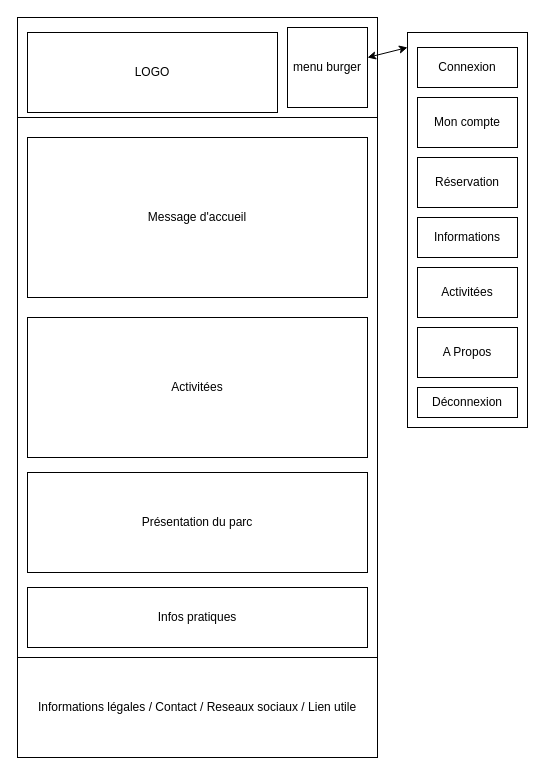
Earlier version of the draw.io diagram page "Home page" (1 of 9) of doc/wireframe_mobile.drawio (SeguierJonathan/ZombieLand). Source tidied: cells renumbered, new cells numbered last; positions are measured from the earlier drawing's top-left corner, leaving out a move shared by most shapes. Both pictures are drawn from the tidied source at 100%, with x=0, y=0 at pixel (17, 17).
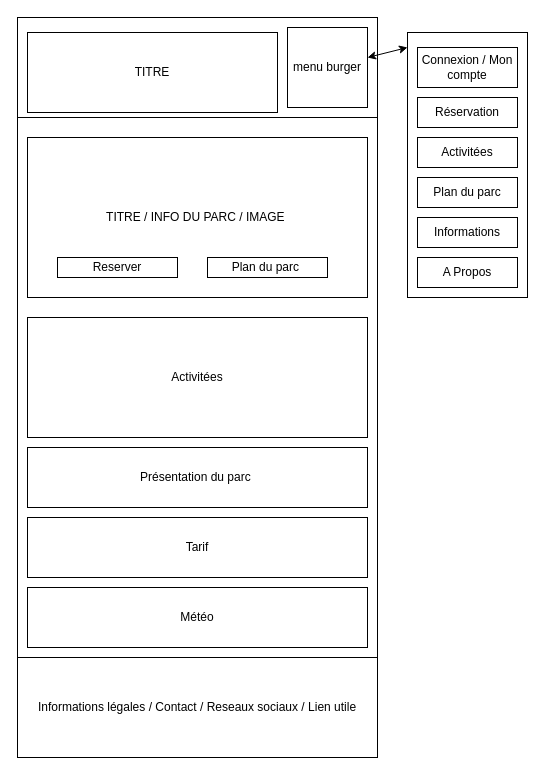
The same page after the edit.

What changed in the source:
```diff
@@
-    <mxCell id="6" value="LOGO" style="rounded=0;whiteSpace=wrap;html=1;" parent="1" vertex="1">
+    <mxCell id="6" value="TITRE" style="rounded=0;whiteSpace=wrap;html=1;" parent="1" vertex="1">
       <mxGeometry x="10" y="15" width="250" height="80" as="geometry" />
     </mxCell>
-    <mxCell id="7" value="Message d'accueil" style="rounded=0;whiteSpace=wrap;html=1;" parent="1" vertex="1">
+    <mxCell id="7" value="TITRE / INFO DU PARC / IMAGE&amp;nbsp;" style="rounded=0;whiteSpace=wrap;html=1;" parent="1" vertex="1">
       <mxGeometry x="10" y="120" width="340" height="160" as="geometry" />
     </mxCell>
     <mxCell id="8" value="Activitées" style="rounded=0;whiteSpace=wrap;html=1;" parent="1" vertex="1">
-      <mxGeometry x="10" y="300" width="340" height="140" as="geometry" />
+      <mxGeometry x="10" y="300" width="340" height="120" as="geometry" />
     </mxCell>
-    <mxCell id="9" value="Présentation du parc" style="rounded=0;whiteSpace=wrap;html=1;" parent="1" vertex="1">
-      <mxGeometry x="10" y="455" width="340" height="100" as="geometry" />
+    <mxCell id="9" value="Météo" style="rounded=0;whiteSpace=wrap;html=1;" parent="1" vertex="1">
+      <mxGeometry x="10" y="570" width="340" height="60" as="geometry" />
     </mxCell>
-    <mxCell id="10" value="Infos pratiques" style="rounded=0;whiteSpace=wrap;html=1;" parent="1" vertex="1">
-      <mxGeometry x="10" y="570" width="340" height="60" as="geometry" />
-    </mxCell>
     <mxCell id="11" style="rounded=0;whiteSpace=wrap;html=1;" parent="1" vertex="1">
-      <mxGeometry x="390" y="15" width="120" height="395" as="geometry" />
+      <mxGeometry x="390" y="15" width="120" height="265" as="geometry" />
     </mxCell>
@@
-    <mxCell id="13" value="Connexion" style="rounded=0;whiteSpace=wrap;html=1;" parent="1" vertex="1">
+    <mxCell id="13" value="Connexion / Mon compte" style="rounded=0;whiteSpace=wrap;html=1;" parent="1" vertex="1">
       <mxGeometry x="400" y="30" width="100" height="40" as="geometry" />
     </mxCell>
-    <mxCell id="14" value="Mon compte" style="rounded=0;whiteSpace=wrap;html=1;" parent="1" vertex="1">
-      <mxGeometry x="400" y="80" width="100" height="50" as="geometry" />
-    </mxCell>
     <mxCell id="15" value="Informations" style="rounded=0;whiteSpace=wrap;html=1;" parent="1" vertex="1">
-      <mxGeometry x="400" y="200" width="100" height="40" as="geometry" />
+      <mxGeometry x="400" y="200" width="100" height="30" as="geometry" />
     </mxCell>
     <mxCell id="16" value="Activitées" style="rounded=0;whiteSpace=wrap;html=1;" parent="1" vertex="1">
-      <mxGeometry x="400" y="250" width="100" height="50" as="geometry" />
+      <mxGeometry x="400" y="120" width="100" height="30" as="geometry" />
     </mxCell>
     <mxCell id="17" value="Réservation" style="rounded=0;whiteSpace=wrap;html=1;" parent="1" vertex="1">
-      <mxGeometry x="400" y="140" width="100" height="50" as="geometry" />
+      <mxGeometry x="400" y="80" width="100" height="30" as="geometry" />
     </mxCell>
-    <mxCell id="18" value="Déconnexion" style="rounded=0;whiteSpace=wrap;html=1;" parent="1" vertex="1">
-      <mxGeometry x="400" y="370" width="100" height="30" as="geometry" />
-    </mxCell>
     <mxCell id="19" value="A Propos" style="rounded=0;whiteSpace=wrap;html=1;" parent="1" vertex="1">
-      <mxGeometry x="400" y="310" width="100" height="50" as="geometry" />
+      <mxGeometry x="400" y="240" width="100" height="30" as="geometry" />
     </mxCell>
+    <mxCell id="20" value="Plan du parc" style="rounded=0;whiteSpace=wrap;html=1;" parent="1" vertex="1">
+      <mxGeometry x="400" y="160" width="100" height="30" as="geometry" />
+    </mxCell>
+    <mxCell id="21" value="Reserver" style="rounded=0;whiteSpace=wrap;html=1;" parent="1" vertex="1">
+      <mxGeometry x="40" y="240" width="120" height="20" as="geometry" />
+    </mxCell>
+    <mxCell id="22" value="Plan du parc&amp;nbsp;" style="rounded=0;whiteSpace=wrap;html=1;" parent="1" vertex="1">
+      <mxGeometry x="190" y="240" width="120" height="20" as="geometry" />
+    </mxCell>
+    <mxCell id="23" value="Présentation du parc&amp;nbsp;" style="rounded=0;whiteSpace=wrap;html=1;" parent="1" vertex="1">
+      <mxGeometry x="10" y="430" width="340" height="60" as="geometry" />
+    </mxCell>
+    <mxCell id="24" value="Tarif" style="rounded=0;whiteSpace=wrap;html=1;" parent="1" vertex="1">
+      <mxGeometry x="10" y="500" width="340" height="60" as="geometry" />
+    </mxCell>
```
